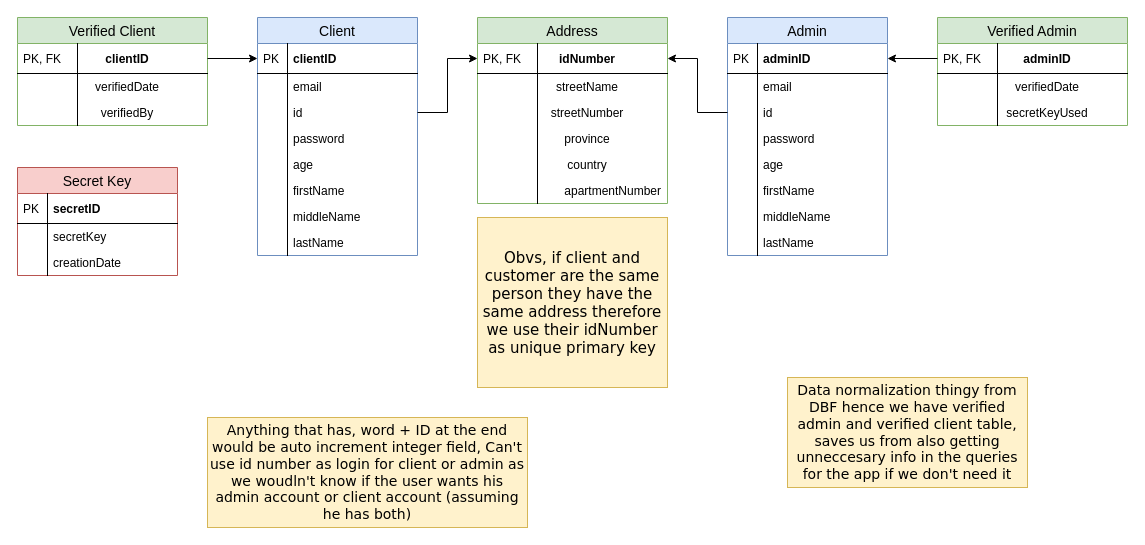
Earlier version of the draw.io diagram Planning/ERDs/onlineDB.drawio (SDP-Wits/Banking-System). Source tidied: cells renumbered, new cells numbered last; positions are measured from the earlier drawing's top-left corner, leaving out a move shared by most shapes. Both pictures are drawn from the tidied source at 100%, with x=0, y=0 at pixel (17, 17).
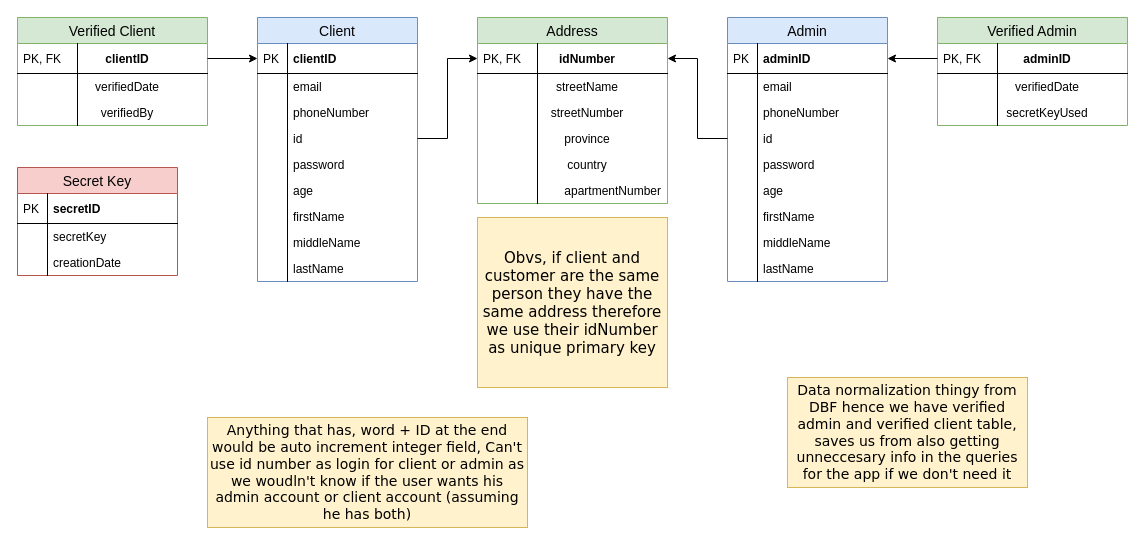
The same page after the edit.

The edit, as a diff of the source:
```diff
@@
     <mxCell id="2" value="Client" style="swimlane;fontStyle=0;horizontal=1;startSize=26;fillColor=#dae8fc;swimlaneFillColor=#ffffff;align=center;fontSize=14;strokeColor=#6c8ebf;" parent="1" vertex="1">
-      <mxGeometry x="240" width="160" height="238" as="geometry" />
+      <mxGeometry x="240" width="160" height="264" as="geometry" />
     </mxCell>
@@
+    <mxCell id="77" value="phoneNumber" style="shape=partialRectangle;top=0;left=0;right=0;bottom=0;align=left;verticalAlign=top;fillColor=none;spacingLeft=34;spacingRight=4;overflow=hidden;fontSize=12;" parent="2" vertex="1">
+      <mxGeometry y="82" width="160" height="26" as="geometry" />
+    </mxCell>
+    <mxCell id="78" style="shape=partialRectangle;top=0;left=0;bottom=0;fillColor=none;align=left;verticalAlign=top;spacingLeft=4;spacingRight=4;overflow=hidden;fontSize=12;" parent="77" vertex="1">
+      <mxGeometry width="30" height="26" as="geometry" />
+    </mxCell>
     <mxCell id="7" value="id" style="shape=partialRectangle;top=0;left=0;right=0;bottom=0;align=left;verticalAlign=top;fillColor=none;spacingLeft=34;spacingRight=4;overflow=hidden;points=[[0,0.5],[1,0.5]];portConstraint=eastwest;fontSize=12;" parent="2" vertex="1">
-      <mxGeometry y="82" width="160" height="26" as="geometry" />
+      <mxGeometry y="108" width="160" height="26" as="geometry" />
     </mxCell>
@@
     <mxCell id="9" value="password&#10;" style="shape=partialRectangle;top=0;left=0;right=0;bottom=0;align=left;verticalAlign=top;fillColor=none;spacingLeft=34;spacingRight=4;overflow=hidden;fontSize=12;" parent="2" vertex="1">
-      <mxGeometry y="108" width="160" height="26" as="geometry" />
+      <mxGeometry y="134" width="160" height="26" as="geometry" />
     </mxCell>
@@
     <mxCell id="11" value="age" style="shape=partialRectangle;top=0;left=0;right=0;bottom=0;align=left;verticalAlign=top;fillColor=none;spacingLeft=34;spacingRight=4;overflow=hidden;fontSize=12;" parent="2" vertex="1">
-      <mxGeometry y="134" width="160" height="26" as="geometry" />
+      <mxGeometry y="160" width="160" height="26" as="geometry" />
     </mxCell>
@@
     <mxCell id="13" value="firstName" style="shape=partialRectangle;top=0;left=0;right=0;bottom=0;align=left;verticalAlign=top;fillColor=none;spacingLeft=34;spacingRight=4;overflow=hidden;fontSize=12;" parent="2" vertex="1">
-      <mxGeometry y="160" width="160" height="26" as="geometry" />
+      <mxGeometry y="186" width="160" height="26" as="geometry" />
     </mxCell>
@@
     <mxCell id="15" value="middleName" style="shape=partialRectangle;top=0;left=0;right=0;bottom=0;align=left;verticalAlign=top;fillColor=none;spacingLeft=34;spacingRight=4;overflow=hidden;fontSize=12;" parent="2" vertex="1">
-      <mxGeometry y="186" width="160" height="26" as="geometry" />
+      <mxGeometry y="212" width="160" height="26" as="geometry" />
     </mxCell>
@@
     <mxCell id="17" value="lastName" style="shape=partialRectangle;top=0;left=0;right=0;bottom=0;align=left;verticalAlign=top;fillColor=none;spacingLeft=34;spacingRight=4;overflow=hidden;fontSize=12;" parent="2" vertex="1">
-      <mxGeometry y="212" width="160" height="26" as="geometry" />
+      <mxGeometry y="238" width="160" height="26" as="geometry" />
     </mxCell>
@@
     <mxCell id="33" value="Admin" style="swimlane;fontStyle=0;horizontal=1;startSize=26;fillColor=#dae8fc;swimlaneFillColor=#ffffff;align=center;fontSize=14;strokeColor=#6c8ebf;" parent="1" vertex="1">
-      <mxGeometry x="710" width="160" height="238" as="geometry" />
+      <mxGeometry x="710" width="160" height="264" as="geometry" />
     </mxCell>
@@
+    <mxCell id="79" value="phoneNumber" style="shape=partialRectangle;top=0;left=0;right=0;bottom=0;align=left;verticalAlign=top;fillColor=none;spacingLeft=34;spacingRight=4;overflow=hidden;fontSize=12;" parent="33" vertex="1">
+      <mxGeometry y="82" width="160" height="26" as="geometry" />
+    </mxCell>
+    <mxCell id="80" style="shape=partialRectangle;top=0;left=0;bottom=0;fillColor=none;align=left;verticalAlign=top;spacingLeft=4;spacingRight=4;overflow=hidden;fontSize=12;" parent="79" vertex="1">
+      <mxGeometry width="30" height="26" as="geometry" />
+    </mxCell>
     <mxCell id="38" value="id" style="shape=partialRectangle;top=0;left=0;right=0;bottom=0;align=left;verticalAlign=top;fillColor=none;spacingLeft=34;spacingRight=4;overflow=hidden;points=[[0,0.5],[1,0.5]];portConstraint=eastwest;fontSize=12;" parent="33" vertex="1">
-      <mxGeometry y="82" width="160" height="26" as="geometry" />
+      <mxGeometry y="108" width="160" height="26" as="geometry" />
     </mxCell>
@@
     <mxCell id="40" value="password&#10;" style="shape=partialRectangle;top=0;left=0;right=0;bottom=0;align=left;verticalAlign=top;fillColor=none;spacingLeft=34;spacingRight=4;overflow=hidden;fontSize=12;" parent="33" vertex="1">
-      <mxGeometry y="108" width="160" height="26" as="geometry" />
+      <mxGeometry y="134" width="160" height="26" as="geometry" />
     </mxCell>
@@
     <mxCell id="42" value="age" style="shape=partialRectangle;top=0;left=0;right=0;bottom=0;align=left;verticalAlign=top;fillColor=none;spacingLeft=34;spacingRight=4;overflow=hidden;fontSize=12;" parent="33" vertex="1">
-      <mxGeometry y="134" width="160" height="26" as="geometry" />
+      <mxGeometry y="160" width="160" height="26" as="geometry" />
     </mxCell>
@@
     <mxCell id="44" value="firstName" style="shape=partialRectangle;top=0;left=0;right=0;bottom=0;align=left;verticalAlign=top;fillColor=none;spacingLeft=34;spacingRight=4;overflow=hidden;fontSize=12;" parent="33" vertex="1">
-      <mxGeometry y="160" width="160" height="26" as="geometry" />
+      <mxGeometry y="186" width="160" height="26" as="geometry" />
     </mxCell>
@@
     <mxCell id="46" value="middleName" style="shape=partialRectangle;top=0;left=0;right=0;bottom=0;align=left;verticalAlign=top;fillColor=none;spacingLeft=34;spacingRight=4;overflow=hidden;fontSize=12;" parent="33" vertex="1">
-      <mxGeometry y="186" width="160" height="26" as="geometry" />
+      <mxGeometry y="212" width="160" height="26" as="geometry" />
     </mxCell>
@@
     <mxCell id="48" value="lastName" style="shape=partialRectangle;top=0;left=0;right=0;bottom=0;align=left;verticalAlign=top;fillColor=none;spacingLeft=34;spacingRight=4;overflow=hidden;fontSize=12;" parent="33" vertex="1">
-      <mxGeometry y="212" width="160" height="26" as="geometry" />
+      <mxGeometry y="238" width="160" height="26" as="geometry" />
     </mxCell>
```
